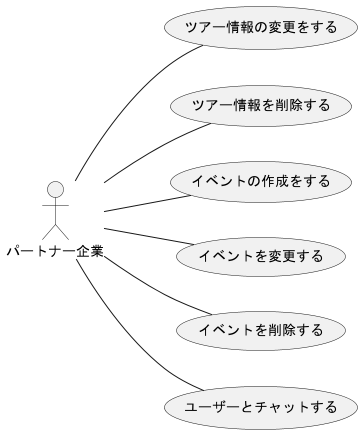
The PlantUML diagram out/F_usecase_client/パートナー企業_usecase(2).png in ksw2270227/GroupF, before a commit.
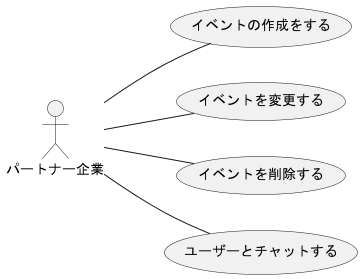
The same diagram one commit later.

Diff of the diagram source:
```diff
@@ -2,8 +2,6 @@
 left to right direction
 actor パートナー企業
 
-パートナー企業 -- (ツアー情報の変更をする)
-パートナー企業 -- (ツアー情報を削除する)
 パートナー企業 -- (イベントの作成をする)
 パートナー企業 -- (イベントを変更する)
 パートナー企業 -- (イベントを削除する)
```
